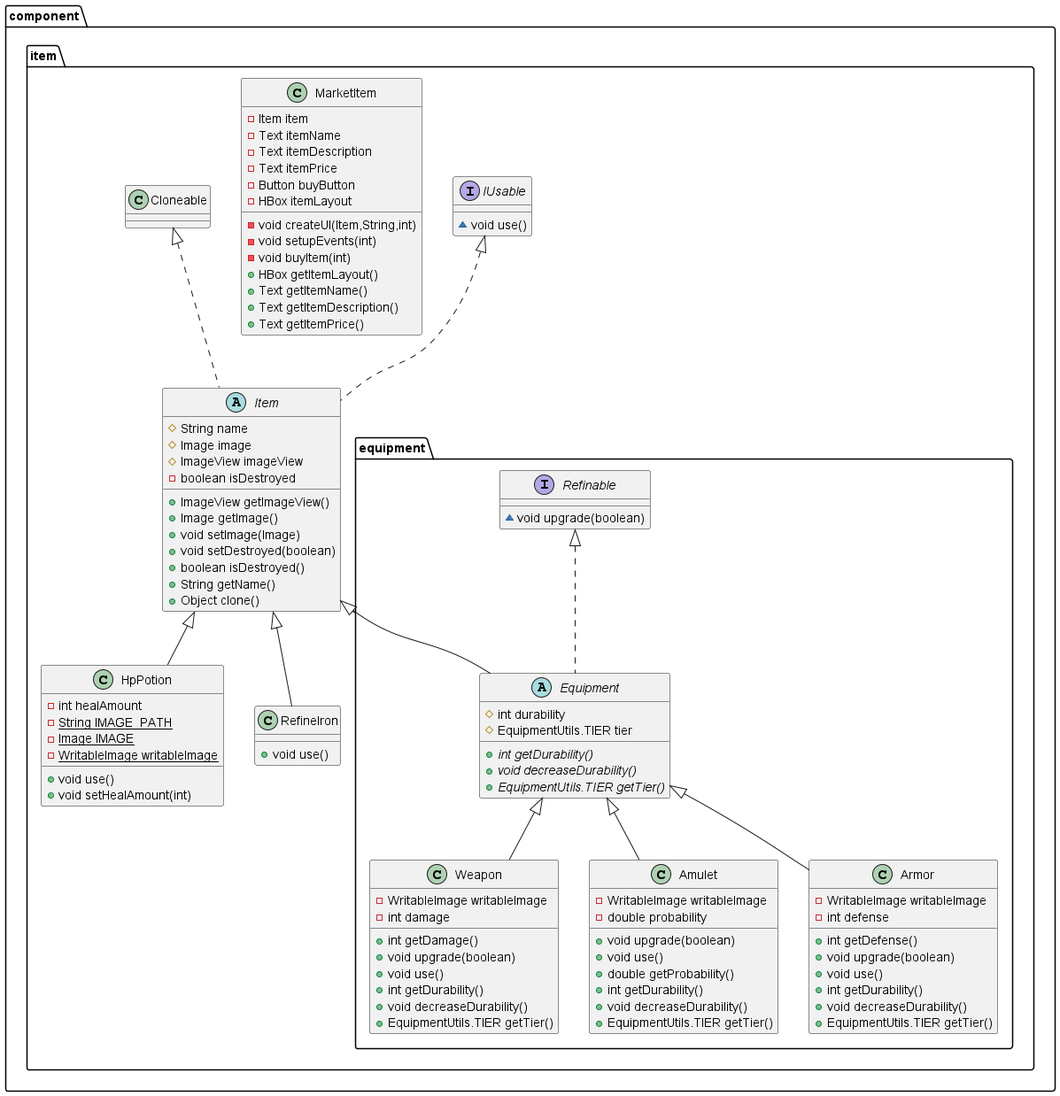
Before: uml/component.item.png, a diagram exported from PlantUML (RuffLogix/ta-beam-adventure). Its diagram source:
```plantuml
@startuml
class component.item.HpPotion {
- int healAmount
- {static} String IMAGE_PATH
- {static} Image IMAGE
- {static} WritableImage writableImage
+ void use()
+ void setHealAmount(int)
}


interface component.item.IUsable {
~ void use()
}

abstract class component.item.Item {
# String name
# Image image
# ImageView imageView
- boolean isDestroyed
+ ImageView getImageView()
+ Image getImage()
+ void setImage(Image)
+ void setDestroyed(boolean)
+ boolean isDestroyed()
+ String getName()
+ Object clone()
}


class component.item.equipment.Weapon {
- WritableImage writableImage
- int damage
+ int getDamage()
+ void upgrade(boolean)
+ void use()
+ int getDurability()
+ void decreaseDurability()
+ EquipmentUtils.TIER getTier()
}


class component.item.equipment.Amulet {
- WritableImage writableImage
- double probability
+ void upgrade(boolean)
+ void use()
+ double getProbability()
+ int getDurability()
+ void decreaseDurability()
+ EquipmentUtils.TIER getTier()
}


abstract class component.item.equipment.Equipment {
# int durability
# EquipmentUtils.TIER tier
+ {abstract}int getDurability()
+ {abstract}void decreaseDurability()
+ {abstract}EquipmentUtils.TIER getTier()
}


interface component.item.equipment.Refinable {
~ void upgrade(boolean)
}

class component.item.MarketItem {
- Item item
- Text itemName
- Text itemDescription
- Text itemPrice
- Button buyButton
- HBox itemLayout
- void createUI(Item,String,int)
- void setupEvents(int)
- void buyItem(int)
+ HBox getItemLayout()
+ Text getItemName()
+ Text getItemDescription()
+ Text getItemPrice()
}


class component.item.equipment.Armor {
- WritableImage writableImage
- int defense
+ int getDefense()
+ void upgrade(boolean)
+ void use()
+ int getDurability()
+ void decreaseDurability()
+ EquipmentUtils.TIER getTier()
}


class component.item.RefineIron {
+ void use()
}



component.item.Item <|-- component.item.HpPotion
component.item.IUsable <|.. component.item.Item
component.item.Cloneable <|.. component.item.Item
component.item.equipment.Equipment <|-- component.item.equipment.Weapon
component.item.equipment.Equipment <|-- component.item.equipment.Amulet
component.item.equipment.Refinable <|.. component.item.equipment.Equipment
component.item.Item <|-- component.item.equipment.Equipment
component.item.equipment.Equipment <|-- component.item.equipment.Armor
component.item.Item <|-- component.item.RefineIron
@enduml
```
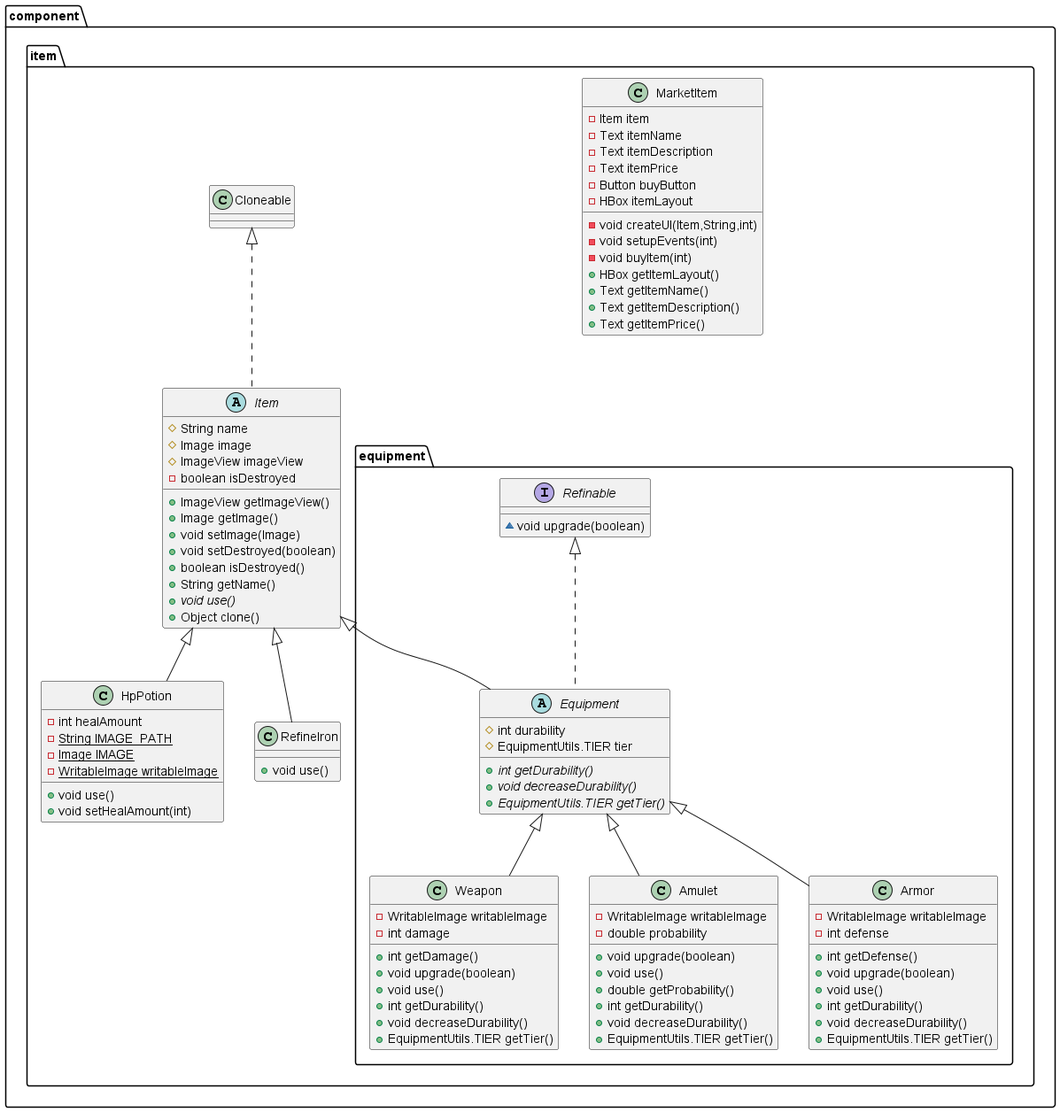
After the change.

What changed in the source:
```diff
@@ -8,10 +8,6 @@
 + void setHealAmount(int)
 }
 
-
-interface component.item.IUsable {
-~ void use()
-}
 
 abstract class component.item.Item {
 # String name
@@ -24,6 +20,7 @@
 + void setDestroyed(boolean)
 + boolean isDestroyed()
 + String getName()
++ {abstract}void use()
 + Object clone()
 }
 
@@ -101,7 +98,6 @@
 
 
 component.item.Item <|-- component.item.HpPotion
-component.item.IUsable <|.. component.item.Item
 component.item.Cloneable <|.. component.item.Item
 component.item.equipment.Equipment <|-- component.item.equipment.Weapon
 component.item.equipment.Equipment <|-- component.item.equipment.Amulet
```
